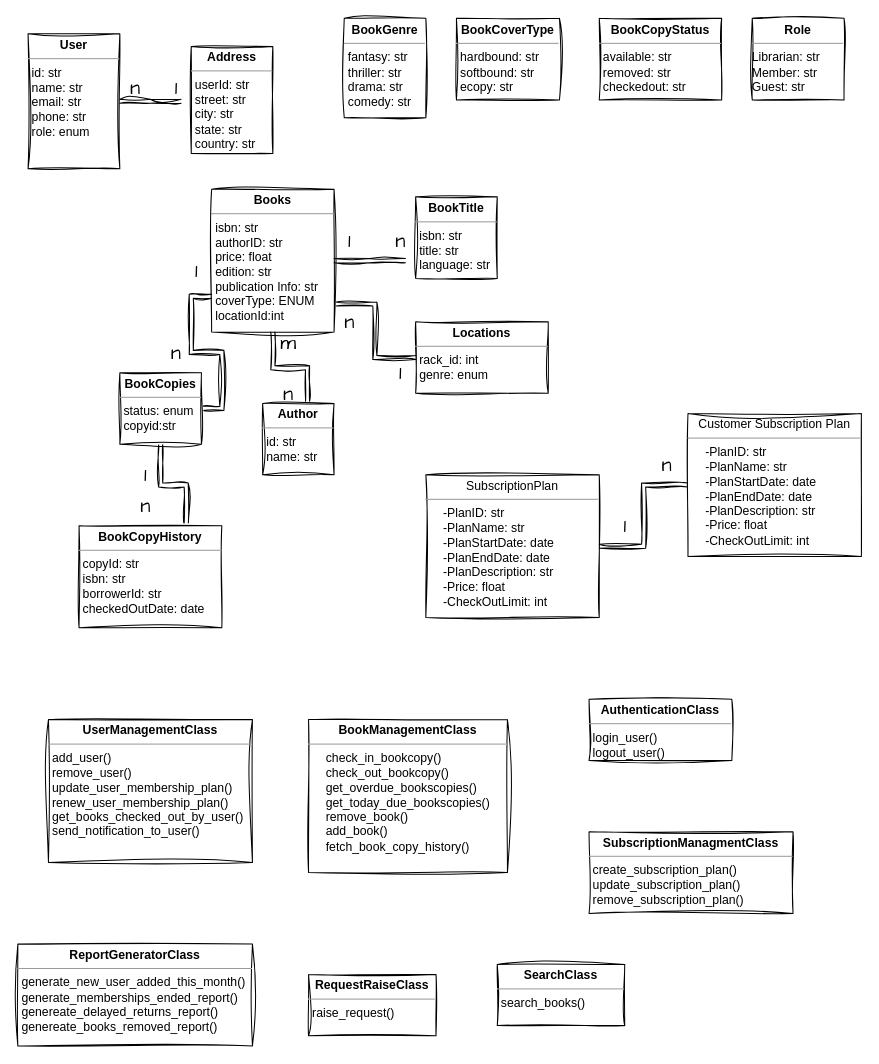
This is library_management_system_lld_diagram.drawio from gap6033/Library-Management-System, a draw.io file, before an edit. Source tidied: cells renumbered, new cells numbered last; positions are measured from the earlier drawing's top-left corner, leaving out a move shared by most shapes. Both pictures are drawn from the tidied source at 102%, with x=0, y=0 at pixel (17, 17).
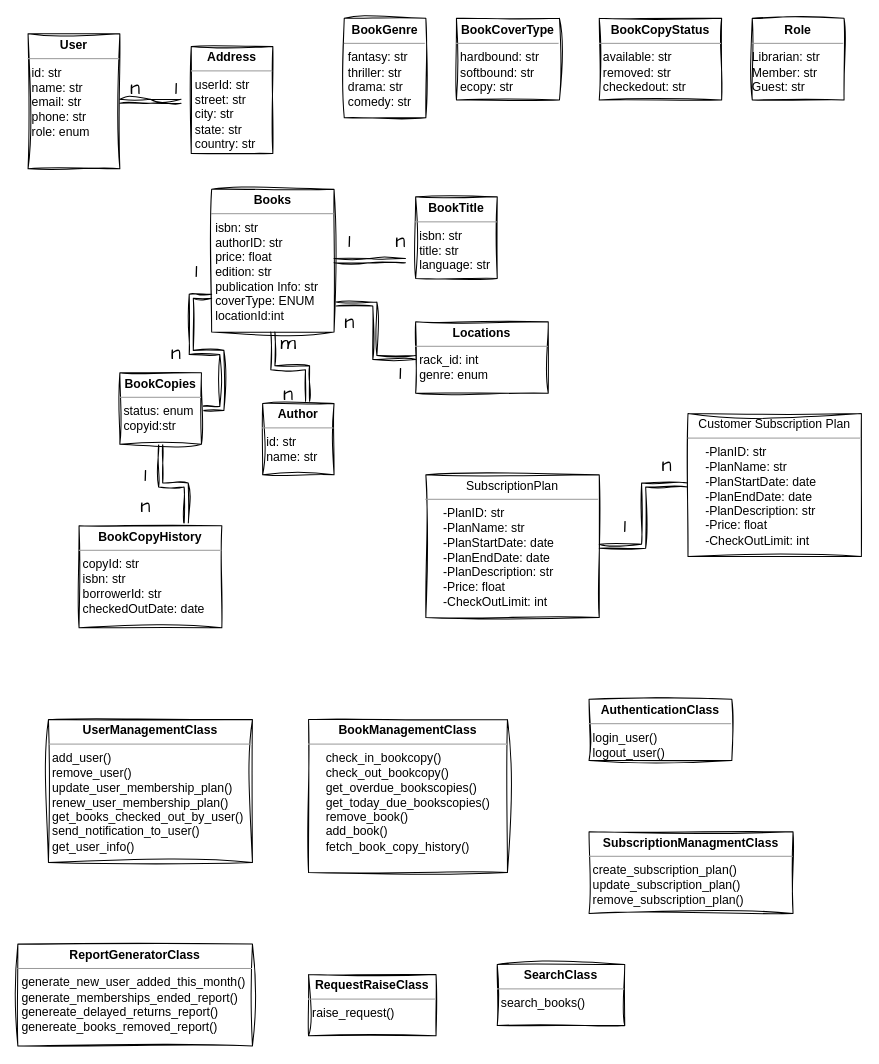
The same page after the edit.

Commit message:
added get user info method to usermanagement class

What changed in the source:
```diff
@@
-    <mxCell id="37" value="&lt;p style=&quot;margin:0px;margin-top:4px;text-align:center;&quot;&gt;&lt;b&gt;UserManagementClass&lt;/b&gt;&lt;/p&gt;&lt;hr size=&quot;1&quot;&gt;&lt;p style=&quot;margin:0px;margin-left:4px;&quot;&gt;add_user()&lt;/p&gt;&lt;p style=&quot;margin:0px;margin-left:4px;&quot;&gt;remove_user()&lt;/p&gt;&lt;p style=&quot;margin:0px;margin-left:4px;&quot;&gt;update_user_membership_plan()&lt;/p&gt;&lt;p style=&quot;margin:0px;margin-left:4px;&quot;&gt;renew_user_membership_plan()&lt;/p&gt;&lt;p style=&quot;margin:0px;margin-left:4px;&quot;&gt;get_books_checked_out_by_user()&lt;/p&gt;&lt;p style=&quot;margin:0px;margin-left:4px;&quot;&gt;send_notification_to_user()&lt;/p&gt;" style="verticalAlign=top;align=left;overflow=fill;fontSize=12;fontFamily=Helvetica;html=1;whiteSpace=wrap;sketch=1;hachureGap=4;jiggle=2;curveFitting=1;" parent="1" vertex="1">
+    <mxCell id="37" value="&lt;p style=&quot;margin:0px;margin-top:4px;text-align:center;&quot;&gt;&lt;b&gt;UserManagementClass&lt;/b&gt;&lt;/p&gt;&lt;hr size=&quot;1&quot;&gt;&lt;p style=&quot;margin:0px;margin-left:4px;&quot;&gt;add_user()&lt;/p&gt;&lt;p style=&quot;margin:0px;margin-left:4px;&quot;&gt;remove_user()&lt;/p&gt;&lt;p style=&quot;margin:0px;margin-left:4px;&quot;&gt;update_user_membership_plan()&lt;/p&gt;&lt;p style=&quot;margin:0px;margin-left:4px;&quot;&gt;renew_user_membership_plan()&lt;/p&gt;&lt;p style=&quot;margin:0px;margin-left:4px;&quot;&gt;get_books_checked_out_by_user()&lt;/p&gt;&lt;p style=&quot;margin:0px;margin-left:4px;&quot;&gt;send_notification_to_user()&lt;/p&gt;&lt;p style=&quot;margin:0px;margin-left:4px;&quot;&gt;get_user_info()&lt;/p&gt;" style="verticalAlign=top;align=left;overflow=fill;fontSize=12;fontFamily=Helvetica;html=1;whiteSpace=wrap;sketch=1;hachureGap=4;jiggle=2;curveFitting=1;" parent="1" vertex="1">
       <mxGeometry x="30" y="688" width="200" height="140" as="geometry" />
     </mxCell>
```
